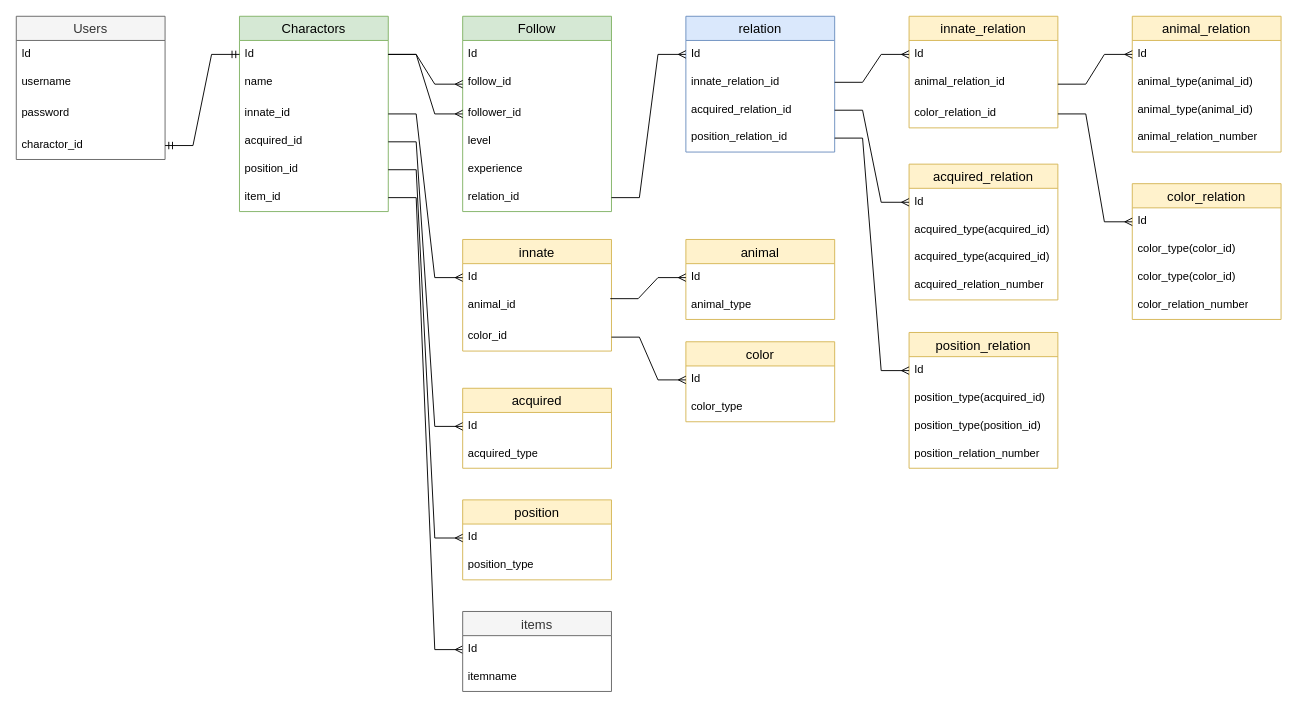
Earlier version of the draw.io diagram page "DB" (1 of 2) of DB.drawio (DaikiHIRAYAMA/Reegs). Source tidied: cells renumbered, new cells numbered last; positions are measured from the earlier drawing's top-left corner, leaving out a move shared by most shapes. Both pictures are drawn from the tidied source at 93%, with x=0, y=0 at pixel (16, 16).
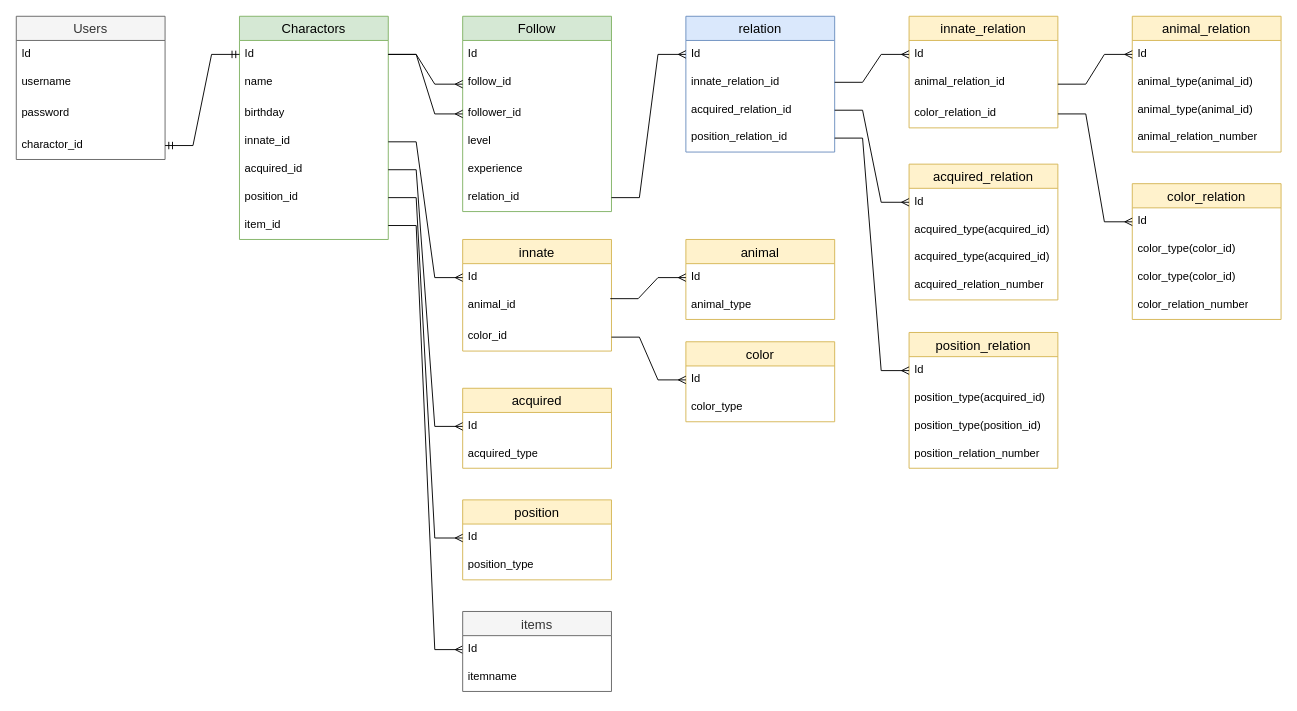
The same page after the edit.

Commit message:
DB.drawio を更新します

Diff of the diagram source:
```diff
@@
     <mxCell id="2" value="Charactors" style="swimlane;fontStyle=0;horizontal=1;startSize=26;align=center;fontSize=14;fillColor=#d5e8d4;strokeColor=#82b366;" parent="1" vertex="1">
-      <mxGeometry x="240" width="160" height="210" as="geometry" />
+      <mxGeometry x="240" width="160" height="240" as="geometry" />
     </mxCell>
@@
+    <mxCell id="84" value="birthday" style="text;strokeColor=none;fillColor=none;spacingLeft=4;spacingRight=4;overflow=hidden;fontSize=12;whiteSpace=wrap;html=1;" parent="2" vertex="1">
+      <mxGeometry y="90" width="160" height="30" as="geometry" />
+    </mxCell>
     <mxCell id="5" value="innate_id" style="text;strokeColor=none;fillColor=none;spacingLeft=4;spacingRight=4;overflow=hidden;points=[[0,0.5],[1,0.5]];portConstraint=eastwest;fontSize=12;whiteSpace=wrap;html=1;" parent="2" vertex="1">
-      <mxGeometry y="90" width="160" height="30" as="geometry" />
+      <mxGeometry y="120" width="160" height="30" as="geometry" />
     </mxCell>
     <mxCell id="6" value="acquired_id" style="text;strokeColor=none;fillColor=none;spacingLeft=4;spacingRight=4;overflow=hidden;points=[[0,0.5],[1,0.5]];portConstraint=eastwest;fontSize=12;whiteSpace=wrap;html=1;" parent="2" vertex="1">
-      <mxGeometry y="120" width="160" height="30" as="geometry" />
+      <mxGeometry y="150" width="160" height="30" as="geometry" />
     </mxCell>
     <mxCell id="7" value="position_id" style="text;strokeColor=none;fillColor=none;spacingLeft=4;spacingRight=4;overflow=hidden;points=[[0,0.5],[1,0.5]];portConstraint=eastwest;fontSize=12;whiteSpace=wrap;html=1;" parent="2" vertex="1">
-      <mxGeometry y="150" width="160" height="30" as="geometry" />
+      <mxGeometry y="180" width="160" height="30" as="geometry" />
     </mxCell>
     <mxCell id="8" value="item_id" style="text;strokeColor=none;fillColor=none;spacingLeft=4;spacingRight=4;overflow=hidden;points=[[0,0.5],[1,0.5]];portConstraint=eastwest;fontSize=12;whiteSpace=wrap;html=1;" parent="2" vertex="1">
-      <mxGeometry y="180" width="160" height="30" as="geometry" />
+      <mxGeometry y="210" width="160" height="30" as="geometry" />
     </mxCell>
```
